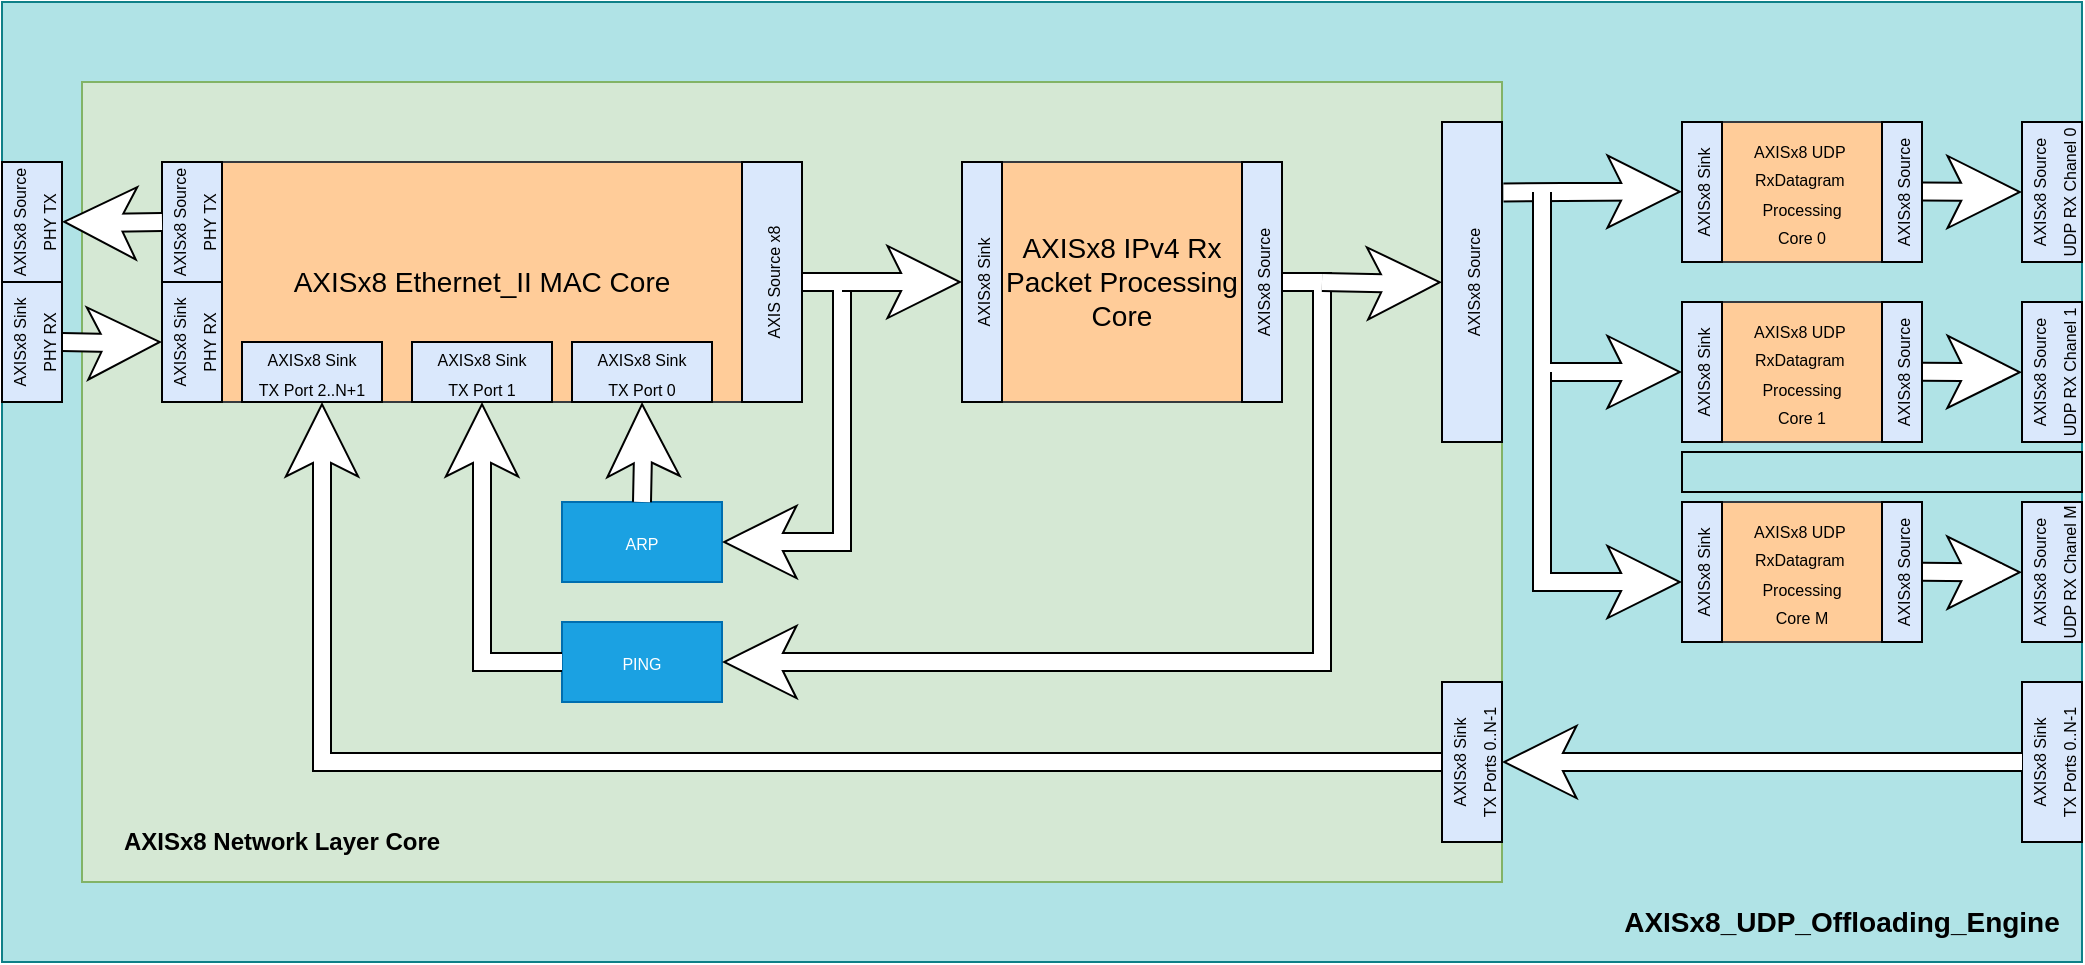
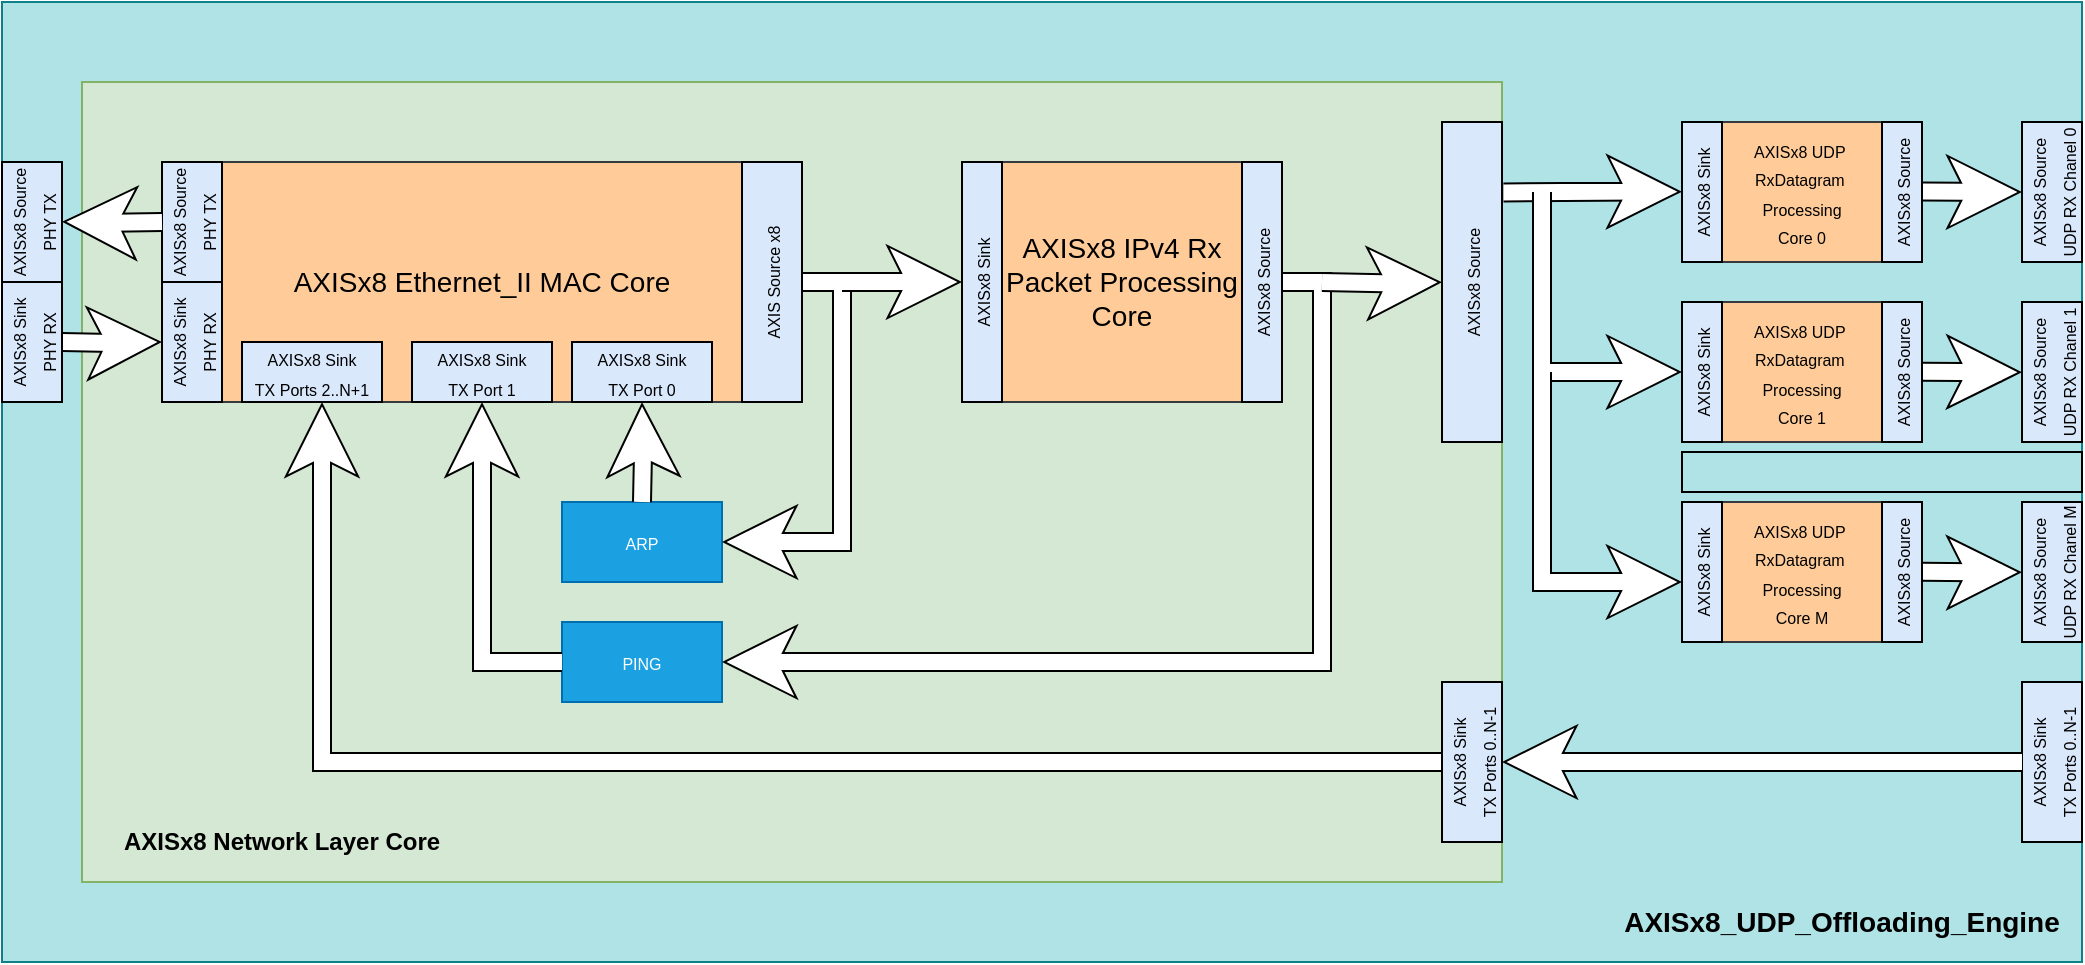
<mxfile host="Electron" agent="Mozilla/5.0 (Windows NT 10.0; Win64; x64) AppleWebKit/537.36 (KHTML, like Gecko) Chrome/147.0.0.0 Safari/537.36 OPR/131.0.0.0">
  <diagram name="Page-1" id="g0-s9DwC3oRhXUgsUFM5">
-     <mxGraphModel dx="885" dy="1001" grid="1" gridSize="10" guides="1" tooltips="1" connect="1" arrows="1" fold="1" page="1" pageScale="1" pageWidth="827" pageHeight="1169" math="0" shadow="0">
+     <mxGraphModel dx="351" dy="708" grid="1" gridSize="10" guides="1" tooltips="1" connect="1" arrows="1" fold="1" page="1" pageScale="1" pageWidth="827" pageHeight="1169" math="0" shadow="0">
      <root>
        <mxCell id="0" />
        <mxCell id="1" parent="0" />
        <mxCell id="vellT3bcd4ufu_oz2iLE-1" parent="1" style="rounded=0;whiteSpace=wrap;html=1;fillColor=#b0e3e6;strokeColor=#0e8088;" value="" vertex="1">
          <mxGeometry height="480" width="1040" x="880" y="640" as="geometry" />
        </mxCell>
        <mxCell id="vellT3bcd4ufu_oz2iLE-2" parent="1" style="rounded=0;whiteSpace=wrap;html=1;fillColor=#ffcc99;strokeColor=#36393d;" value="&lt;div&gt;&lt;span style=&quot;font-size: 8px;&quot;&gt;AXISx8&amp;nbsp;&lt;/span&gt;&lt;span style=&quot;font-size: 8px; background-color: transparent; color: light-dark(rgb(0, 0, 0), rgb(255, 255, 255));&quot;&gt;UDP&amp;nbsp;&lt;/span&gt;&lt;/div&gt;&lt;div&gt;&lt;span style=&quot;font-size: 8px; background-color: transparent; color: light-dark(rgb(0, 0, 0), rgb(255, 255, 255));&quot;&gt;RxDatagram&amp;nbsp;&lt;/span&gt;&lt;/div&gt;&lt;div&gt;&lt;span style=&quot;font-size: 8px;&quot;&gt;Processing&lt;/span&gt;&lt;/div&gt;&lt;div&gt;&lt;span style=&quot;font-size: 8px;&quot;&gt;Core 0&lt;/span&gt;&lt;/div&gt;" vertex="1">
          <mxGeometry height="70" width="80" x="1740" y="700" as="geometry" />
        </mxCell>
        <mxCell id="vellT3bcd4ufu_oz2iLE-6" parent="1" style="rounded=0;whiteSpace=wrap;html=1;fillColor=#d5e8d4;strokeColor=#82b366;labelPosition=center;verticalLabelPosition=middle;align=center;verticalAlign=middle;" value="" vertex="1">
          <mxGeometry height="400" width="710" x="920" y="680" as="geometry" />
        </mxCell>
        <mxCell id="vellT3bcd4ufu_oz2iLE-7" parent="1" style="rounded=0;whiteSpace=wrap;html=1;fillColor=#ffcc99;strokeColor=#36393d;fontSize=14;" value="&lt;span&gt;AXISx8 Ethernet_II MAC Core&lt;/span&gt;" vertex="1">
          <mxGeometry height="120" width="320" x="960" y="720" as="geometry" />
        </mxCell>
        <mxCell id="vellT3bcd4ufu_oz2iLE-8" parent="1" style="rounded=0;whiteSpace=wrap;html=1;fillColor=#ffcc99;strokeColor=#36393d;fontSize=14;" value="AXISx8 &lt;span&gt;IPv4 Rx&lt;/span&gt;&lt;div&gt;&lt;span&gt;Packet Processing&lt;/span&gt;&lt;/div&gt;&lt;div&gt;&lt;span&gt;&amp;nbsp;Core&amp;nbsp;&lt;/span&gt;&lt;/div&gt;" vertex="1">
          <mxGeometry height="120" width="160" x="1360" y="720" as="geometry" />
        </mxCell>
        <mxCell id="vellT3bcd4ufu_oz2iLE-9" parent="1" style="rounded=0;whiteSpace=wrap;html=1;fillColor=#1ba1e2;strokeColor=#006EAF;rotation=0;fontColor=#ffffff;" value="&lt;span style=&quot;font-size: 8px;&quot;&gt;PING&lt;/span&gt;" vertex="1">
          <mxGeometry height="40" width="80" x="1160" y="950" as="geometry" />
        </mxCell>
        <mxCell id="vellT3bcd4ufu_oz2iLE-10" parent="1" style="rounded=0;whiteSpace=wrap;html=1;fillColor=#1ba1e2;strokeColor=#006EAF;rotation=0;fontColor=#ffffff;" value="&lt;span style=&quot;font-size: 8px;&quot;&gt;ARP&lt;/span&gt;" vertex="1">
          <mxGeometry height="40" width="80" x="1160" y="890" as="geometry" />
        </mxCell>
        <mxCell id="vellT3bcd4ufu_oz2iLE-28" edge="1" parent="1" style="shape=filledEdge;curved=0;rounded=0;fixDash=1;endArrow=none;strokeWidth=10;fillColor=#ffffff;edgeStyle=orthogonalEdgeStyle;html=1;startArrow=classic;startFill=1;" value="">
          <mxGeometry height="40" relative="1" width="60" as="geometry">
            <Array as="points">
              <mxPoint x="1240" y="910" />
              <mxPoint x="1300" y="910" />
              <mxPoint x="1300" y="780" />
            </Array>
            <mxPoint x="1240" y="910" as="sourcePoint" />
            <mxPoint x="1280" y="780" as="targetPoint" />
          </mxGeometry>
        </mxCell>
        <mxCell id="vellT3bcd4ufu_oz2iLE-30" edge="1" parent="1" style="shape=filledEdge;curved=0;rounded=0;fixDash=1;endArrow=none;strokeWidth=10;fillColor=#ffffff;edgeStyle=orthogonalEdgeStyle;html=1;startArrow=classic;startFill=1;" value="">
          <mxGeometry height="40" relative="1" width="60" as="geometry">
            <Array as="points">
              <mxPoint x="1340" y="780" />
              <mxPoint x="1340" y="780" />
            </Array>
            <mxPoint x="1360" y="780" as="sourcePoint" />
            <mxPoint x="1300" y="780" as="targetPoint" />
          </mxGeometry>
        </mxCell>
        <mxCell id="vellT3bcd4ufu_oz2iLE-32" edge="1" parent="1" source="vellT3bcd4ufu_oz2iLE-9" style="shape=filledEdge;curved=0;rounded=0;fixDash=1;endArrow=none;strokeWidth=10;fillColor=#ffffff;edgeStyle=orthogonalEdgeStyle;html=1;startArrow=classic;startFill=1;exitX=1;exitY=0.5;exitDx=0;exitDy=0;" value="">
          <mxGeometry height="40" relative="1" width="60" as="geometry">
            <Array as="points">
              <mxPoint x="1540" y="970" />
              <mxPoint x="1540" y="780" />
            </Array>
            <mxPoint x="1320" y="940" as="sourcePoint" />
            <mxPoint x="1520" y="780" as="targetPoint" />
          </mxGeometry>
        </mxCell>
        <mxCell id="vellT3bcd4ufu_oz2iLE-34" edge="1" parent="1" style="shape=filledEdge;curved=0;rounded=0;fixDash=1;endArrow=none;strokeWidth=10;fillColor=#ffffff;edgeStyle=orthogonalEdgeStyle;html=1;startArrow=classic;startFill=1;exitX=0;exitY=0.5;exitDx=0;exitDy=0;" value="">
          <mxGeometry height="40" relative="1" width="60" as="geometry">
            <Array as="points" />
            <mxPoint x="1600" y="780.1" as="sourcePoint" />
            <mxPoint x="1540" y="780.0000000000001" as="targetPoint" />
          </mxGeometry>
        </mxCell>
        <mxCell id="vellT3bcd4ufu_oz2iLE-35" edge="1" parent="1" source="vellT3bcd4ufu_oz2iLE-7" style="shape=filledEdge;curved=0;rounded=0;fixDash=1;endArrow=none;strokeWidth=10;fillColor=#ffffff;edgeStyle=orthogonalEdgeStyle;html=1;startArrow=classic;startFill=1;entryX=0;entryY=0.5;entryDx=0;entryDy=0;exitX=0.5;exitY=1;exitDx=0;exitDy=0;" target="vellT3bcd4ufu_oz2iLE-9" value="">
          <mxGeometry height="40" relative="1" width="60" as="geometry">
            <Array as="points">
              <mxPoint x="1120" y="970" />
            </Array>
            <mxPoint x="1120" y="841" as="sourcePoint" />
            <mxPoint x="1150" y="1060" as="targetPoint" />
          </mxGeometry>
        </mxCell>
        <mxCell id="vellT3bcd4ufu_oz2iLE-36" edge="1" parent="1" style="shape=filledEdge;curved=0;rounded=0;fixDash=1;endArrow=none;strokeWidth=10;fillColor=#ffffff;edgeStyle=orthogonalEdgeStyle;html=1;startArrow=classic;startFill=1;exitX=0.401;exitY=1.008;exitDx=0;exitDy=0;exitPerimeter=0;" target="vellT3bcd4ufu_oz2iLE-10" value="">
          <mxGeometry height="40" relative="1" width="60" as="geometry">
            <Array as="points" />
            <mxPoint x="1200" y="840" as="sourcePoint" />
            <mxPoint x="1180" y="900" as="targetPoint" />
          </mxGeometry>
        </mxCell>
        <mxCell id="vellT3bcd4ufu_oz2iLE-37" edge="1" parent="1" style="shape=filledEdge;curved=0;rounded=0;fixDash=1;endArrow=none;strokeWidth=10;fillColor=#ffffff;edgeStyle=orthogonalEdgeStyle;html=1;startArrow=classic;startFill=1;entryX=0;entryY=0.5;entryDx=0;entryDy=0;" target="vellT3bcd4ufu_oz2iLE-95" value="">
          <mxGeometry height="40" relative="1" width="60" as="geometry">
            <Array as="points">
              <mxPoint x="1040" y="1020" />
            </Array>
            <mxPoint x="1040" y="840" as="sourcePoint" />
            <mxPoint x="1605" y="1040.0000000000002" as="targetPoint" />
          </mxGeometry>
        </mxCell>
        <mxCell id="vellT3bcd4ufu_oz2iLE-45" parent="1" style="rounded=0;whiteSpace=wrap;html=1;fillColor=#dae8fc;strokeColor=#000000;rotation=0;" value="&lt;span style=&quot;font-size: 8px;&quot;&gt;AXIS&lt;/span&gt;&lt;span style=&quot;font-size: 8px;&quot;&gt;x8&lt;/span&gt;&lt;span style=&quot;font-size: 8px;&quot;&gt; Sink&lt;/span&gt;&lt;br&gt;&lt;div&gt;&lt;span style=&quot;font-size: 8px;&quot;&gt;TX Port 0&lt;/span&gt;&lt;span style=&quot;font-size: 8px;&quot;&gt;&lt;/span&gt;&lt;/div&gt;" vertex="1">
          <mxGeometry height="30" width="70" x="1165" y="810" as="geometry" />
        </mxCell>
        <mxCell id="vellT3bcd4ufu_oz2iLE-46" parent="1" style="rounded=0;whiteSpace=wrap;html=1;fillColor=#dae8fc;strokeColor=#000000;rotation=0;" value="&lt;span style=&quot;font-size: 8px;&quot;&gt;AXIS&lt;/span&gt;&lt;span style=&quot;font-size: 8px;&quot;&gt;x8&lt;/span&gt;&lt;span style=&quot;font-size: 8px;&quot;&gt; Sink&lt;/span&gt;&lt;br&gt;&lt;div&gt;&lt;span style=&quot;font-size: 8px;&quot;&gt;TX Port 1&lt;/span&gt;&lt;span style=&quot;font-size: 8px;&quot;&gt;&lt;/span&gt;&lt;/div&gt;" vertex="1">
          <mxGeometry height="30" width="70" x="1085" y="810" as="geometry" />
        </mxCell>
-         <mxCell id="vellT3bcd4ufu_oz2iLE-47" parent="1" style="rounded=0;whiteSpace=wrap;html=1;fillColor=#dae8fc;strokeColor=#000000;rotation=0;" value="&lt;span style=&quot;font-size: 8px;&quot;&gt;AXIS&lt;/span&gt;&lt;span style=&quot;font-size: 8px;&quot;&gt;x8&lt;/span&gt;&lt;span style=&quot;font-size: 8px;&quot;&gt;&amp;nbsp;Sink&lt;/span&gt;&lt;div&gt;&lt;span style=&quot;font-size: 8px;&quot;&gt;TX Port 2..N+1&lt;/span&gt;&lt;/div&gt;" vertex="1">
+         <mxCell id="vellT3bcd4ufu_oz2iLE-47" parent="1" style="rounded=0;whiteSpace=wrap;html=1;fillColor=#dae8fc;strokeColor=#000000;rotation=0;" value="&lt;span style=&quot;font-size: 8px;&quot;&gt;AXIS&lt;/span&gt;&lt;span style=&quot;font-size: 8px;&quot;&gt;x8&lt;/span&gt;&lt;span style=&quot;font-size: 8px;&quot;&gt;&amp;nbsp;Sink&lt;/span&gt;&lt;div&gt;&lt;span style=&quot;font-size: 8px;&quot;&gt;TX Ports 2..N+1&lt;/span&gt;&lt;/div&gt;" vertex="1">
          <mxGeometry height="30" width="70" x="1000" y="810" as="geometry" />
        </mxCell>
        <mxCell id="vellT3bcd4ufu_oz2iLE-53" parent="1" style="rounded=0;whiteSpace=wrap;html=1;fillColor=#dae8fc;strokeColor=#000000;rotation=0;horizontal=0;" value="&lt;span style=&quot;font-size: 8px;&quot;&gt;AXIS&lt;/span&gt;&lt;span style=&quot;font-size: 8px;&quot;&gt;x8&lt;/span&gt;&lt;span style=&quot;font-size: 8px;&quot;&gt; Sink&lt;/span&gt;&lt;div&gt;&lt;span style=&quot;font-size: 8px;&quot;&gt;PHY RX&lt;/span&gt;&lt;/div&gt;" vertex="1">
          <mxGeometry height="60" width="30" x="960" y="780" as="geometry" />
        </mxCell>
        <mxCell id="vellT3bcd4ufu_oz2iLE-54" parent="1" style="rounded=0;whiteSpace=wrap;html=1;fillColor=#dae8fc;strokeColor=#000000;rotation=0;horizontal=0;" value="&lt;span style=&quot;font-size: 8px;&quot;&gt;AXIS&lt;/span&gt;&lt;span style=&quot;font-size: 8px;&quot;&gt;x8&lt;/span&gt;&lt;span style=&quot;font-size: 8px;&quot;&gt; Source&lt;/span&gt;&lt;div&gt;&lt;span style=&quot;font-size: 8px;&quot;&gt;PHY TX&lt;/span&gt;&lt;/div&gt;" vertex="1">
          <mxGeometry height="60" width="30" x="960" y="720" as="geometry" />
        </mxCell>
        <mxCell id="vellT3bcd4ufu_oz2iLE-56" edge="1" parent="1" style="shape=filledEdge;curved=0;rounded=0;fixDash=1;endArrow=none;strokeWidth=10;fillColor=#ffffff;edgeStyle=orthogonalEdgeStyle;html=1;startArrow=classic;startFill=1;entryX=1;entryY=0.5;entryDx=0;entryDy=0;" target="vellT3bcd4ufu_oz2iLE-102" value="">
          <mxGeometry height="40" relative="1" width="60" as="geometry">
            <Array as="points" />
            <mxPoint x="960" y="810.01" as="sourcePoint" />
            <mxPoint x="920" y="810" as="targetPoint" />
          </mxGeometry>
        </mxCell>
        <mxCell id="vellT3bcd4ufu_oz2iLE-60" parent="1" style="rounded=0;whiteSpace=wrap;html=1;fillColor=#dae8fc;strokeColor=#000000;rotation=0;verticalAlign=middle;horizontal=0;" value="&lt;span style=&quot;font-size: 8px;&quot;&gt;AXIS&lt;/span&gt;&lt;span style=&quot;font-size: 8px;&quot;&gt;x8&lt;/span&gt;&lt;span style=&quot;font-size: 8px;&quot;&gt; Source&lt;/span&gt;" vertex="1">
          <mxGeometry height="160" width="30" x="1600" y="700" as="geometry" />
        </mxCell>
        <mxCell id="vellT3bcd4ufu_oz2iLE-61" parent="1" style="rounded=0;whiteSpace=wrap;html=1;fillColor=#dae8fc;strokeColor=#000000;rotation=0;verticalAlign=middle;horizontal=0;" value="&lt;span style=&quot;font-size: 8px;&quot;&gt;AXIS Source &lt;/span&gt;&lt;span style=&quot;font-size: 8px;&quot;&gt;x8&lt;/span&gt;" vertex="1">
          <mxGeometry height="120" width="30" x="1250" y="720" as="geometry" />
        </mxCell>
        <mxCell id="vellT3bcd4ufu_oz2iLE-67" parent="1" style="rounded=0;whiteSpace=wrap;html=1;fillColor=#ffcc99;strokeColor=#36393d;" value="&lt;div&gt;&lt;div&gt;&lt;span style=&quot;font-size: 8px;&quot;&gt;AXISx8 &lt;/span&gt;&lt;span style=&quot;font-size: 8px; background-color: transparent; color: light-dark(rgb(0, 0, 0), rgb(255, 255, 255));&quot;&gt;UDP&amp;nbsp;&lt;/span&gt;&lt;/div&gt;&lt;div&gt;&lt;span style=&quot;font-size: 8px; background-color: transparent; color: light-dark(rgb(0, 0, 0), rgb(255, 255, 255));&quot;&gt;RxDatagram&amp;nbsp;&lt;/span&gt;&lt;/div&gt;&lt;div&gt;&lt;span style=&quot;font-size: 8px;&quot;&gt;Processing&lt;/span&gt;&lt;/div&gt;&lt;/div&gt;&lt;div&gt;&lt;span style=&quot;font-size: 8px;&quot;&gt;Core 1&lt;/span&gt;&lt;/div&gt;" vertex="1">
          <mxGeometry height="70" width="80" x="1740" y="790" as="geometry" />
        </mxCell>
        <mxCell id="vellT3bcd4ufu_oz2iLE-70" parent="1" style="shape=zigzag;html=1;fillColor=none;" value="" vertex="1">
          <mxGeometry height="20" width="200" x="1720" y="865" as="geometry" />
        </mxCell>
        <mxCell id="vellT3bcd4ufu_oz2iLE-71" parent="1" style="rounded=0;whiteSpace=wrap;html=1;fillColor=#ffcc99;strokeColor=#36393d;" value="&lt;div&gt;&lt;div&gt;&lt;span style=&quot;font-size: 8px;&quot;&gt;AXISx8 &lt;/span&gt;&lt;span style=&quot;font-size: 8px; background-color: transparent; color: light-dark(rgb(0, 0, 0), rgb(255, 255, 255));&quot;&gt;UDP&amp;nbsp;&lt;/span&gt;&lt;/div&gt;&lt;div&gt;&lt;span style=&quot;font-size: 8px; background-color: transparent; color: light-dark(rgb(0, 0, 0), rgb(255, 255, 255));&quot;&gt;RxDatagram&amp;nbsp;&lt;/span&gt;&lt;/div&gt;&lt;div&gt;&lt;span style=&quot;font-size: 8px;&quot;&gt;Processing&lt;/span&gt;&lt;/div&gt;&lt;/div&gt;&lt;div&gt;&lt;span style=&quot;font-size: 8px;&quot;&gt;Core M&lt;/span&gt;&lt;/div&gt;" vertex="1">
          <mxGeometry height="70" width="80" x="1740" y="890" as="geometry" />
        </mxCell>
        <mxCell id="vellT3bcd4ufu_oz2iLE-78" edge="1" parent="1" style="shape=filledEdge;curved=0;rounded=0;fixDash=1;endArrow=none;strokeWidth=10;fillColor=#ffffff;edgeStyle=orthogonalEdgeStyle;html=1;startArrow=classic;startFill=1;" value="">
          <mxGeometry height="40" relative="1" width="60" as="geometry">
            <Array as="points">
              <mxPoint x="1880" y="734.71" />
              <mxPoint x="1880" y="734.71" />
            </Array>
            <mxPoint x="1890" y="735" as="sourcePoint" />
            <mxPoint x="1840" y="734.71" as="targetPoint" />
          </mxGeometry>
        </mxCell>
        <mxCell id="vellT3bcd4ufu_oz2iLE-81" parent="1" style="rounded=0;whiteSpace=wrap;html=1;fillColor=#dae8fc;strokeColor=#000000;rotation=0;verticalAlign=middle;horizontal=0;" value="&lt;span style=&quot;font-size: 8px;&quot;&gt;AXIS&lt;/span&gt;&lt;span style=&quot;font-size: 8px;&quot;&gt;x8&lt;/span&gt;&lt;span style=&quot;font-size: 8px;&quot;&gt; Source&lt;/span&gt;&lt;br&gt;&lt;div&gt;&lt;span style=&quot;font-size: 8px;&quot;&gt;UDP&amp;nbsp;&lt;/span&gt;&lt;span style=&quot;font-size: 8px;&quot;&gt;RX&amp;nbsp;&lt;/span&gt;&lt;span style=&quot;font-size: 8px;&quot;&gt;Chanel 0&lt;/span&gt;&lt;/div&gt;" vertex="1">
          <mxGeometry height="70" width="30" x="1890" y="700" as="geometry" />
        </mxCell>
        <mxCell id="vellT3bcd4ufu_oz2iLE-83" edge="1" parent="1" style="shape=filledEdge;curved=0;rounded=0;fixDash=1;endArrow=none;strokeWidth=10;fillColor=#ffffff;edgeStyle=orthogonalEdgeStyle;html=1;startArrow=classic;startFill=1;" value="">
          <mxGeometry height="40" relative="1" width="60" as="geometry">
            <Array as="points">
              <mxPoint x="1880" y="824.86" />
              <mxPoint x="1880" y="824.86" />
            </Array>
            <mxPoint x="1890" y="825.15" as="sourcePoint" />
            <mxPoint x="1840" y="824.86" as="targetPoint" />
          </mxGeometry>
        </mxCell>
        <mxCell id="vellT3bcd4ufu_oz2iLE-84" parent="1" style="rounded=0;whiteSpace=wrap;html=1;fillColor=#dae8fc;strokeColor=#000000;rotation=0;verticalAlign=middle;horizontal=0;" value="&lt;span style=&quot;font-size: 8px;&quot;&gt;AXIS&lt;/span&gt;&lt;span style=&quot;font-size: 8px;&quot;&gt;x8&lt;/span&gt;&lt;span style=&quot;font-size: 8px;&quot;&gt; Source&lt;/span&gt;&lt;br&gt;&lt;div&gt;&lt;span style=&quot;font-size: 8px;&quot;&gt;UDP &lt;/span&gt;&lt;span style=&quot;font-size: 8px;&quot;&gt;RX &lt;/span&gt;&lt;span style=&quot;font-size: 8px;&quot;&gt;Chanel 1&lt;/span&gt;&lt;/div&gt;" vertex="1">
          <mxGeometry height="70" width="30" x="1890" y="790" as="geometry" />
        </mxCell>
        <mxCell id="vellT3bcd4ufu_oz2iLE-74" edge="1" parent="1" style="shape=filledEdge;curved=0;rounded=0;fixDash=1;endArrow=none;strokeWidth=10;fillColor=#ffffff;edgeStyle=orthogonalEdgeStyle;html=1;startArrow=classic;startFill=1;entryX=1.024;entryY=0.22;entryDx=0;entryDy=0;entryPerimeter=0;" target="vellT3bcd4ufu_oz2iLE-60" value="">
          <mxGeometry height="40" relative="1" width="60" as="geometry">
            <Array as="points">
              <mxPoint x="1700" y="735" />
            </Array>
            <mxPoint x="1720" y="734.83" as="sourcePoint" />
            <mxPoint x="1660" y="735" as="targetPoint" />
          </mxGeometry>
        </mxCell>
        <mxCell id="vellT3bcd4ufu_oz2iLE-85" edge="1" parent="1" style="shape=filledEdge;curved=0;rounded=0;fixDash=1;endArrow=none;strokeWidth=10;fillColor=#ffffff;edgeStyle=orthogonalEdgeStyle;html=1;startArrow=classic;startFill=1;" value="">
          <mxGeometry height="40" relative="1" width="60" as="geometry">
            <Array as="points">
              <mxPoint x="1880" y="924.86" />
              <mxPoint x="1880" y="924.86" />
            </Array>
            <mxPoint x="1890" y="925.15" as="sourcePoint" />
            <mxPoint x="1840" y="924.86" as="targetPoint" />
          </mxGeometry>
        </mxCell>
        <mxCell id="vellT3bcd4ufu_oz2iLE-86" parent="1" style="rounded=0;whiteSpace=wrap;html=1;fillColor=#dae8fc;strokeColor=#000000;rotation=0;verticalAlign=middle;horizontal=0;" value="&lt;span style=&quot;font-size: 8px;&quot;&gt;AXIS&lt;/span&gt;&lt;span style=&quot;font-size: 8px;&quot;&gt;x8&lt;/span&gt;&lt;span style=&quot;font-size: 8px;&quot;&gt; Source&lt;/span&gt;&lt;br&gt;&lt;div&gt;&lt;span style=&quot;font-size: 8px;&quot;&gt;UDP &lt;/span&gt;&lt;span style=&quot;font-size: 8px;&quot;&gt;RX &lt;/span&gt;&lt;span style=&quot;font-size: 8px;&quot;&gt;Chanel M&lt;/span&gt;&lt;/div&gt;" vertex="1">
          <mxGeometry height="70" width="30" x="1890" y="890" as="geometry" />
        </mxCell>
        <mxCell id="vellT3bcd4ufu_oz2iLE-88" parent="1" style="rounded=0;whiteSpace=wrap;html=1;fillColor=#dae8fc;strokeColor=#000000;rotation=0;verticalAlign=middle;horizontal=0;" value="&lt;span style=&quot;font-size: 8px;&quot;&gt;AXISx8 Sink&lt;/span&gt;&lt;br&gt;&lt;div&gt;&lt;span style=&quot;font-size: 8px;&quot;&gt;TX Ports 0..N-1&lt;/span&gt;&lt;/div&gt;" vertex="1">
          <mxGeometry height="80" width="30" x="1890" y="980" as="geometry" />
        </mxCell>
        <mxCell id="vellT3bcd4ufu_oz2iLE-89" parent="1" style="rounded=0;whiteSpace=wrap;html=1;fillColor=#dae8fc;strokeColor=#000000;rotation=0;verticalAlign=middle;horizontal=0;" value="&lt;span style=&quot;font-size: 8px;&quot;&gt;AXIS&lt;/span&gt;&lt;span style=&quot;font-size: 8px;&quot;&gt;x8&lt;/span&gt;&lt;span style=&quot;font-size: 8px;&quot;&gt; Source&lt;/span&gt;" vertex="1">
          <mxGeometry height="70" width="20" x="1820" y="700" as="geometry" />
        </mxCell>
        <mxCell id="vellT3bcd4ufu_oz2iLE-90" parent="1" style="rounded=0;whiteSpace=wrap;html=1;fillColor=#dae8fc;strokeColor=#000000;rotation=0;verticalAlign=middle;horizontal=0;" value="&lt;span style=&quot;font-size: 8px;&quot;&gt;AXISx8 Sink&lt;/span&gt;" vertex="1">
          <mxGeometry height="70" width="20" x="1720" y="700" as="geometry" />
        </mxCell>
        <mxCell id="vellT3bcd4ufu_oz2iLE-91" parent="1" style="rounded=0;whiteSpace=wrap;html=1;fillColor=#dae8fc;strokeColor=#000000;rotation=0;verticalAlign=middle;horizontal=0;" value="&lt;span style=&quot;font-size: 8px;&quot;&gt;AXIS&lt;/span&gt;&lt;span style=&quot;font-size: 8px;&quot;&gt;x8&lt;/span&gt;&lt;span style=&quot;font-size: 8px;&quot;&gt; Source&lt;/span&gt;" vertex="1">
          <mxGeometry height="70" width="20" x="1820" y="790" as="geometry" />
        </mxCell>
        <mxCell id="vellT3bcd4ufu_oz2iLE-92" parent="1" style="rounded=0;whiteSpace=wrap;html=1;fillColor=#dae8fc;strokeColor=#000000;rotation=0;verticalAlign=middle;horizontal=0;" value="&lt;span style=&quot;font-size: 8px;&quot;&gt;AXISx8 Sink&lt;/span&gt;" vertex="1">
          <mxGeometry height="70" width="20" x="1720" y="790" as="geometry" />
        </mxCell>
        <mxCell id="vellT3bcd4ufu_oz2iLE-93" parent="1" style="rounded=0;whiteSpace=wrap;html=1;fillColor=#dae8fc;strokeColor=#000000;rotation=0;verticalAlign=middle;horizontal=0;" value="&lt;span style=&quot;font-size: 8px;&quot;&gt;AXIS&lt;/span&gt;&lt;span style=&quot;font-size: 8px;&quot;&gt;x8&lt;/span&gt;&lt;span style=&quot;font-size: 8px;&quot;&gt; Source&lt;/span&gt;" vertex="1">
          <mxGeometry height="70" width="20" x="1820" y="890" as="geometry" />
        </mxCell>
        <mxCell id="vellT3bcd4ufu_oz2iLE-94" parent="1" style="rounded=0;whiteSpace=wrap;html=1;fillColor=#dae8fc;strokeColor=#000000;rotation=0;verticalAlign=middle;horizontal=0;" value="&lt;span style=&quot;font-size: 8px;&quot;&gt;AXISx8 Sink&lt;/span&gt;" vertex="1">
          <mxGeometry height="70" width="20" x="1720" y="890" as="geometry" />
        </mxCell>
        <mxCell id="vellT3bcd4ufu_oz2iLE-95" parent="1" style="rounded=0;whiteSpace=wrap;html=1;fillColor=#dae8fc;strokeColor=#000000;rotation=0;verticalAlign=middle;horizontal=0;" value="&lt;span style=&quot;font-size: 8px;&quot;&gt;AXISx8 Sink&lt;/span&gt;&lt;br&gt;&lt;div&gt;&lt;span style=&quot;font-size: 8px;&quot;&gt;TX Ports 0..&lt;/span&gt;&lt;span style=&quot;font-size: 8px; background-color: transparent; color: light-dark(rgb(0, 0, 0), rgb(255, 255, 255));&quot;&gt;N-1&lt;/span&gt;&lt;/div&gt;" vertex="1">
          <mxGeometry height="80" width="30" x="1600" y="980" as="geometry" />
        </mxCell>
        <mxCell id="vellT3bcd4ufu_oz2iLE-97" edge="1" parent="1" source="vellT3bcd4ufu_oz2iLE-95" style="shape=filledEdge;curved=0;rounded=0;fixDash=1;endArrow=none;strokeWidth=10;fillColor=#ffffff;edgeStyle=orthogonalEdgeStyle;html=1;startArrow=classic;startFill=1;exitX=1;exitY=0.5;exitDx=0;exitDy=0;entryX=0;entryY=0.5;entryDx=0;entryDy=0;" target="vellT3bcd4ufu_oz2iLE-88" value="">
          <mxGeometry height="40" relative="1" width="60" as="geometry">
            <Array as="points" />
            <mxPoint x="1750" y="1040" as="sourcePoint" />
            <mxPoint x="1750" y="1120" as="targetPoint" />
          </mxGeometry>
        </mxCell>
        <mxCell id="vellT3bcd4ufu_oz2iLE-98" parent="1" style="text;html=1;whiteSpace=wrap;strokeColor=none;fillColor=none;align=center;verticalAlign=middle;rounded=0;fontSize=14;fontStyle=1" value="AXISx8_UDP_Offloading_Engine" vertex="1">
          <mxGeometry height="40" width="240" x="1680" y="1080" as="geometry" />
        </mxCell>
        <mxCell id="vellT3bcd4ufu_oz2iLE-99" parent="1" style="text;html=1;whiteSpace=wrap;strokeColor=none;fillColor=none;align=center;verticalAlign=middle;rounded=0;fontSize=12;fontStyle=1" value="&lt;font&gt;AXISx8 Network Layer Core&lt;/font&gt;" vertex="1">
          <mxGeometry height="40" width="200" x="920" y="1040" as="geometry" />
        </mxCell>
        <mxCell id="vellT3bcd4ufu_oz2iLE-102" parent="1" style="rounded=0;whiteSpace=wrap;html=1;fillColor=#dae8fc;strokeColor=#000000;rotation=0;horizontal=0;" value="&lt;span style=&quot;font-size: 8px;&quot;&gt;AXIS&lt;/span&gt;&lt;span style=&quot;font-size: 8px;&quot;&gt;x8&lt;/span&gt;&lt;span style=&quot;font-size: 8px;&quot;&gt;&amp;nbsp;Sink&lt;/span&gt;&lt;div&gt;&lt;span style=&quot;font-size: 8px;&quot;&gt;PHY RX&lt;/span&gt;&lt;/div&gt;" vertex="1">
          <mxGeometry height="60" width="30" x="880" y="780" as="geometry" />
        </mxCell>
        <mxCell id="vellT3bcd4ufu_oz2iLE-103" parent="1" style="rounded=0;whiteSpace=wrap;html=1;fillColor=#dae8fc;strokeColor=#000000;rotation=0;horizontal=0;" value="&lt;span style=&quot;font-size: 8px;&quot;&gt;AXIS&lt;/span&gt;&lt;span style=&quot;font-size: 8px;&quot;&gt;x8&lt;/span&gt;&lt;span style=&quot;font-size: 8px;&quot;&gt;&amp;nbsp;Source&lt;/span&gt;&lt;div&gt;&lt;span style=&quot;font-size: 8px;&quot;&gt;PHY TX&lt;/span&gt;&lt;/div&gt;" vertex="1">
          <mxGeometry height="60" width="30" x="880" y="720" as="geometry" />
        </mxCell>
        <mxCell id="vellT3bcd4ufu_oz2iLE-104" edge="1" parent="1" style="shape=filledEdge;curved=0;rounded=0;fixDash=1;endArrow=none;strokeWidth=10;fillColor=#ffffff;edgeStyle=orthogonalEdgeStyle;html=1;startArrow=classic;startFill=1;entryX=0;entryY=0.5;entryDx=0;entryDy=0;" target="vellT3bcd4ufu_oz2iLE-54" value="">
          <mxGeometry height="40" relative="1" width="60" as="geometry">
            <Array as="points" />
            <mxPoint x="910" y="749.86" as="sourcePoint" />
            <mxPoint x="940" y="749.85" as="targetPoint" />
          </mxGeometry>
        </mxCell>
        <mxCell id="vellT3bcd4ufu_oz2iLE-76" edge="1" parent="1" style="shape=filledEdge;curved=0;rounded=0;fixDash=1;endArrow=none;strokeWidth=10;fillColor=#ffffff;edgeStyle=orthogonalEdgeStyle;html=1;startArrow=classic;startFill=1;" value="">
          <mxGeometry height="40" relative="1" width="60" as="geometry">
            <Array as="points">
              <mxPoint x="1720" y="825" />
              <mxPoint x="1650" y="825" />
            </Array>
            <mxPoint x="1720" y="825" as="sourcePoint" />
            <mxPoint x="1650" y="735" as="targetPoint" />
          </mxGeometry>
        </mxCell>
        <mxCell id="vellT3bcd4ufu_oz2iLE-77" edge="1" parent="1" style="shape=filledEdge;curved=0;rounded=0;fixDash=1;endArrow=none;strokeWidth=10;fillColor=#ffffff;edgeStyle=orthogonalEdgeStyle;html=1;startArrow=classic;startFill=1;" value="">
          <mxGeometry height="40" relative="1" width="60" as="geometry">
            <Array as="points">
              <mxPoint x="1720" y="930" />
              <mxPoint x="1650" y="930" />
            </Array>
            <mxPoint x="1720" y="930" as="sourcePoint" />
            <mxPoint x="1650" y="825" as="targetPoint" />
          </mxGeometry>
        </mxCell>
        <mxCell id="jzSmu69J5GDHjlPKQdco-2" parent="1" style="rounded=0;whiteSpace=wrap;html=1;fillColor=#dae8fc;strokeColor=#000000;rotation=0;verticalAlign=middle;horizontal=0;" value="&lt;span style=&quot;font-size: 8px;&quot;&gt;AXIS&lt;/span&gt;&lt;span style=&quot;font-size: 8px;&quot;&gt;x8&lt;/span&gt;&lt;span style=&quot;font-size: 8px;&quot;&gt;&amp;nbsp;Source&lt;/span&gt;" vertex="1">
          <mxGeometry height="120" width="20" x="1500" y="720" as="geometry" />
        </mxCell>
        <mxCell id="jzSmu69J5GDHjlPKQdco-3" parent="1" style="rounded=0;whiteSpace=wrap;html=1;fillColor=#dae8fc;strokeColor=#000000;rotation=0;verticalAlign=middle;horizontal=0;" value="&lt;span style=&quot;font-size: 8px;&quot;&gt;AXISx8 Sink&lt;/span&gt;" vertex="1">
          <mxGeometry height="120" width="20" x="1360" y="720" as="geometry" />
        </mxCell>
      </root>
    </mxGraphModel>
  </diagram>
</mxfile>
